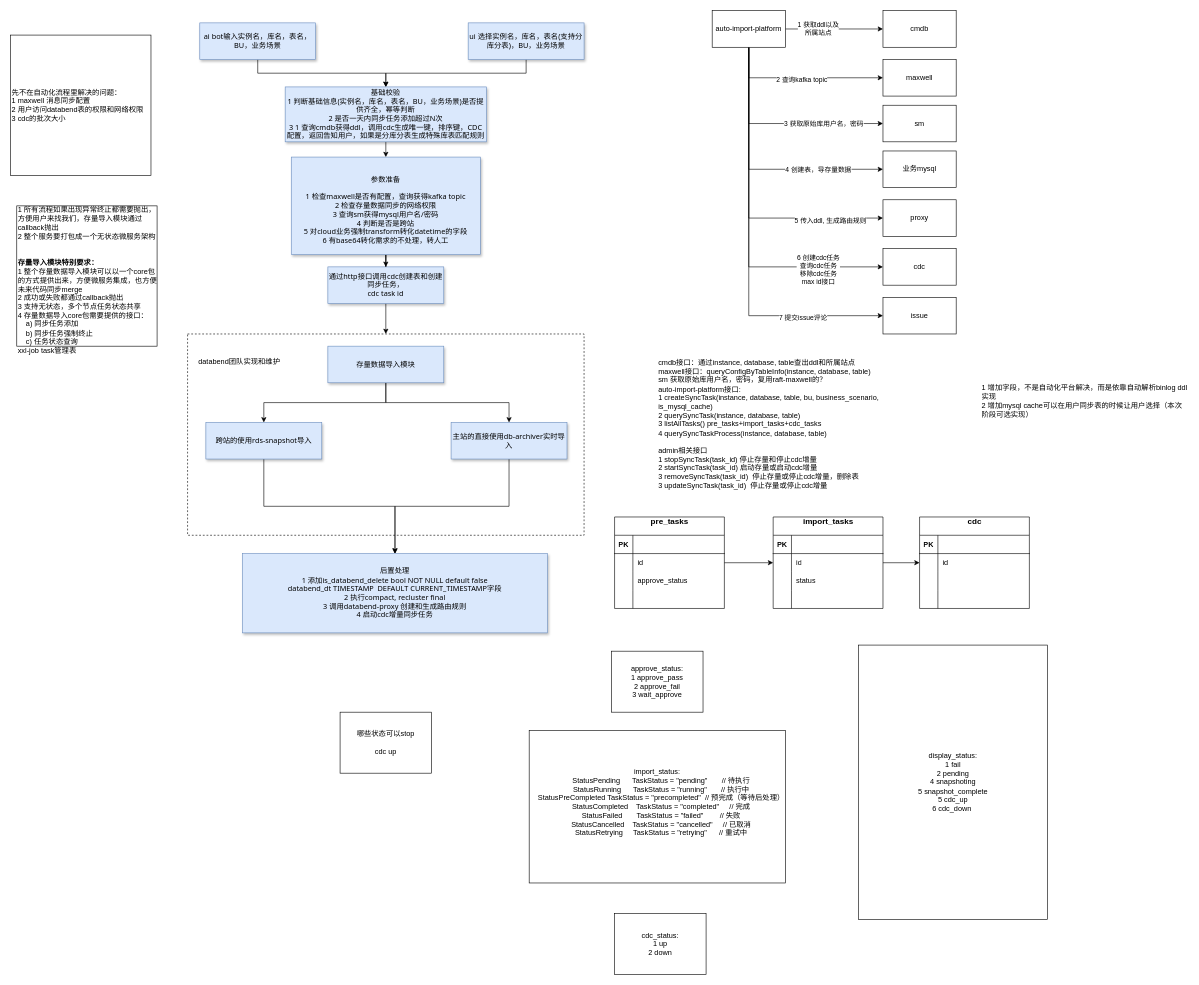
The draw.io diagram doc/databend自动化数据导入流程.drawio in jackjoesh/databend, before the edit. Source tidied: cells renumbered, new cells numbered last; positions are measured from the earlier drawing's top-left corner, leaving out a move shared by most shapes. Both pictures are drawn from the tidied source at 61%, with x=0, y=0 at pixel (10, 10).
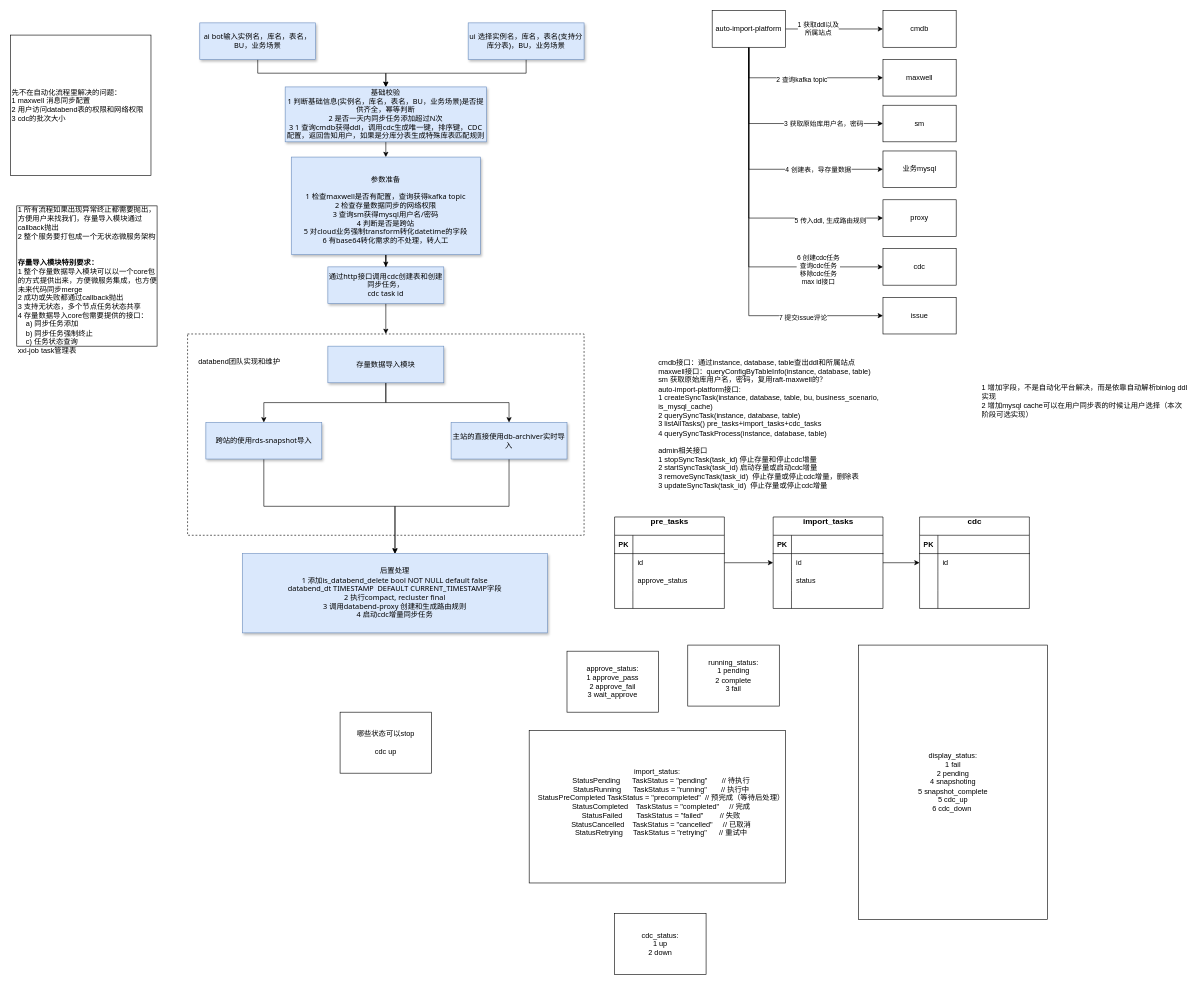
The same diagram, later.

Commit message:
更新databend自动化数据导入流程.drawio

What changed in the source:
```diff
@@
     <mxCell id="2" value="approve_status:&lt;div&gt;1 approve_pass&lt;/div&gt;&lt;div&gt;2 approve_fail&lt;/div&gt;&lt;div&gt;3 wait_approve&lt;/div&gt;" style="rounded=0;whiteSpace=wrap;html=1;" parent="1" vertex="1">
-      <mxGeometry x="985" y="1050" width="150" height="100" as="geometry" />
+      <mxGeometry x="912" y="1050" width="150" height="100" as="geometry" />
     </mxCell>
@@
+    <mxCell id="95" value="running_status:&lt;div&gt;1 pending&lt;/div&gt;&lt;div&gt;2 complete&lt;/div&gt;&lt;div&gt;3 fail&lt;/div&gt;" style="rounded=0;whiteSpace=wrap;html=1;" parent="1" vertex="1">
+      <mxGeometry x="1110" y="1040" width="150" height="100" as="geometry" />
+    </mxCell>
```
